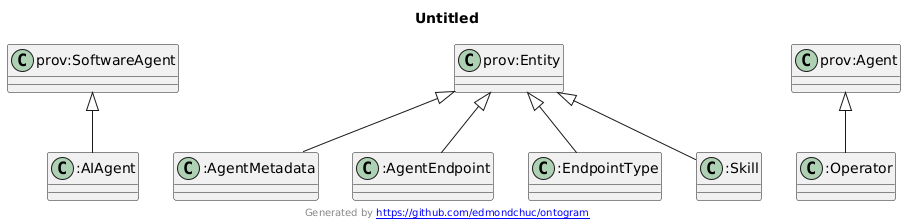
Earlier version of the PlantUML export docs/ontology/images/sections/core-metadata.png (Agentic-Trust-Layer/agent-explorer). Its diagram source:
```plantuml
@startuml
title Untitled
"prov:SoftwareAgent" <|-- ":AIAgent"
"prov:Entity" <|-- ":AgentMetadata"
"prov:Entity" <|-- ":AgentEndpoint"
"prov:Entity" <|-- ":EndpointType"
"prov:Agent" <|-- ":Operator"
"prov:Entity" <|-- ":Skill"
Class "prov:SoftwareAgent" [[http://www.w3.org/ns/prov#SoftwareAgent]] {
}
Class "prov:Entity" [[http://www.w3.org/ns/prov#Entity]] {
}
Class "prov:Agent" [[http://www.w3.org/ns/prov#Agent]] {
}
Class ":AIAgent" [[https://www.agentictrust.io/ontology/agentictrust#AIAgent]] {
}
Class ":AgentMetadata" [[https://www.agentictrust.io/ontology/agentictrust#AgentMetadata]] {
}
Class ":AgentEndpoint" [[https://www.agentictrust.io/ontology/agentictrust#AgentEndpoint]] {
}
Class ":EndpointType" [[https://www.agentictrust.io/ontology/agentictrust#EndpointType]] {
}
Class ":Operator" [[https://www.agentictrust.io/ontology/agentictrust#Operator]] {
}
Class ":Skill" [[https://www.agentictrust.io/ontology/agentictrust#Skill]] {
}
center footer Generated by [[https://github.com/edmondchuc/ontogram https://github.com/edmondchuc/ontogram]]
@enduml
```
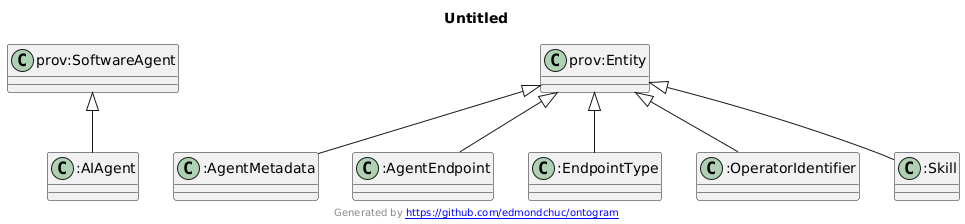
Later version of the same file.

Diff of the diagram source:
```diff
@@ -4,13 +4,11 @@
 "prov:Entity" <|-- ":AgentMetadata"
 "prov:Entity" <|-- ":AgentEndpoint"
 "prov:Entity" <|-- ":EndpointType"
-"prov:Agent" <|-- ":Operator"
+"prov:Entity" <|-- ":OperatorIdentifier"
 "prov:Entity" <|-- ":Skill"
 Class "prov:SoftwareAgent" [[http://www.w3.org/ns/prov#SoftwareAgent]] {
 }
 Class "prov:Entity" [[http://www.w3.org/ns/prov#Entity]] {
-}
-Class "prov:Agent" [[http://www.w3.org/ns/prov#Agent]] {
 }
 Class ":AIAgent" [[https://www.agentictrust.io/ontology/agentictrust#AIAgent]] {
 }
@@ -20,7 +18,7 @@
 }
 Class ":EndpointType" [[https://www.agentictrust.io/ontology/agentictrust#EndpointType]] {
 }
-Class ":Operator" [[https://www.agentictrust.io/ontology/agentictrust#Operator]] {
+Class ":OperatorIdentifier" [[https://www.agentictrust.io/ontology/agentictrust#OperatorIdentifier]] {
 }
 Class ":Skill" [[https://www.agentictrust.io/ontology/agentictrust#Skill]] {
 }
```
